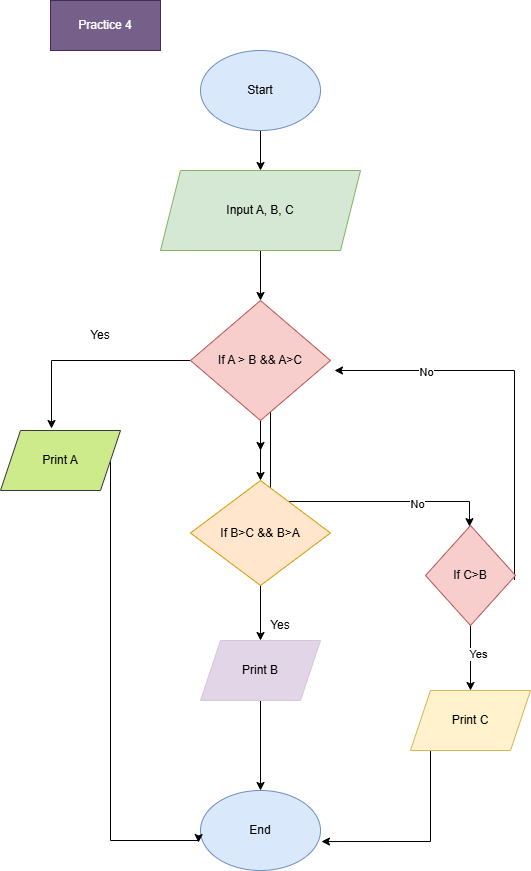
Above: images/Practice 4.png in Halamohamed/flowcharts (draw.io), before the change. Source tidied: cells renumbered, new cells last; positions are measured from the earlier drawing's top-left corner, leaving out a move shared by most shapes.
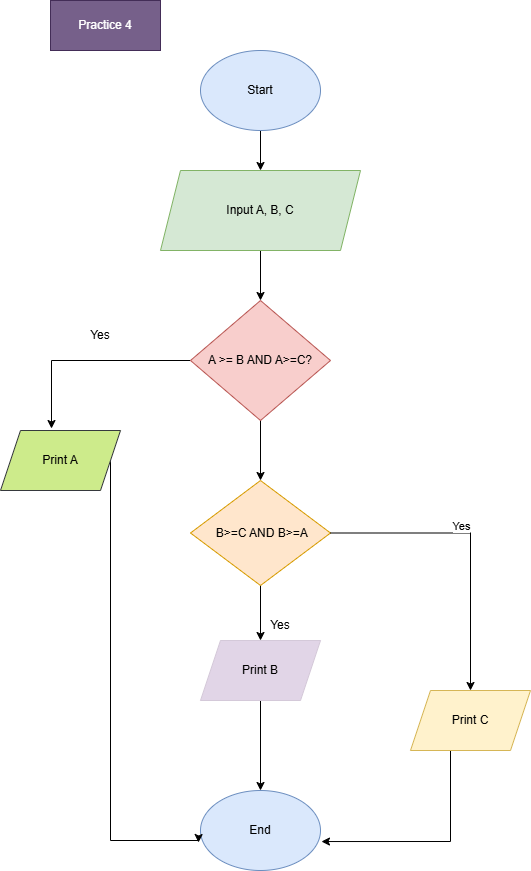
The same diagram one commit later.

What changed in the source:
```diff
@@ -20,27 +20,10 @@
     <mxCell id="7" style="edgeStyle=orthogonalEdgeStyle;rounded=0;jettySize=auto;html=1;entryX=0.425;entryY=-0.033;entryDx=0;entryDy=0;entryPerimeter=0;" parent="1" edge="1" source="12" target="14">
       <mxGeometry relative="1" as="geometry" />
     </mxCell>
-    <mxCell id="8" style="edgeStyle=orthogonalEdgeStyle;rounded=0;jettySize=auto;html=1;" parent="1" edge="1" target="28">
-      <mxGeometry relative="1" as="geometry">
-        <mxPoint x="270" y="391" as="sourcePoint" />
-        <Array as="points">
-          <mxPoint x="270" y="501" />
-          <mxPoint x="469" y="501" />
-        </Array>
-      </mxGeometry>
-    </mxCell>
-    <mxCell id="9" value="No" style="edgeLabel;html=1;align=center;verticalAlign=middle;" parent="8" vertex="1">
-      <mxGeometry x="0.53" y="-2" relative="1" as="geometry" />
-    </mxCell>
-    <mxCell id="10" style="edgeStyle=orthogonalEdgeStyle;rounded=0;jettySize=auto;html=1;exitX=0.5;exitY=1;exitDx=0;exitDy=0;" parent="1" edge="1" source="12">
-      <mxGeometry relative="1" as="geometry">
-        <mxPoint x="260" y="450" as="targetPoint" />
-      </mxGeometry>
+    <mxCell id="10" style="edgeStyle=orthogonalEdgeStyle;rounded=0;jettySize=auto;html=1;exitX=0.5;exitY=1;exitDx=0;exitDy=0;entryX=0.5;entryY=0;entryDx=0;entryDy=0;" parent="1" edge="1" source="12" target="18">
+      <mxGeometry relative="1" as="geometry" />
     </mxCell>
-    <mxCell id="11" style="edgeStyle=orthogonalEdgeStyle;rounded=0;jettySize=auto;html=1;" parent="1" edge="1" source="12" target="18">
-      <mxGeometry relative="1" as="geometry" />
-    </mxCell>
-    <mxCell id="12" value="If A &amp;gt; B &amp;amp;&amp;amp; A&amp;gt;C" style="rhombus;whiteSpace=wrap;html=1;fillColor=#f8cecc;strokeColor=#b85450;" parent="1" vertex="1">
+    <mxCell id="12" value="&lt;span style=&quot;background-color: transparent; color: light-dark(rgb(0, 0, 0), rgb(255, 255, 255));&quot;&gt;A &amp;gt;= B AND A&amp;gt;=C?&lt;/span&gt;" style="rhombus;whiteSpace=wrap;html=1;fillColor=#f8cecc;strokeColor=#b85450;" parent="1" vertex="1">
       <mxGeometry x="190" y="300" width="140" height="120" as="geometry" />
     </mxCell>
     <mxCell id="13" style="edgeStyle=orthogonalEdgeStyle;rounded=0;jettySize=auto;html=1;entryX=-0.017;entryY=0.65;entryDx=0;entryDy=0;entryPerimeter=0;" parent="1" edge="1" source="14" target="4">
@@ -57,7 +40,7 @@
     <mxCell id="15" style="edgeStyle=orthogonalEdgeStyle;rounded=0;jettySize=auto;html=1;entryX=1.008;entryY=0.638;entryDx=0;entryDy=0;entryPerimeter=0;" parent="1" edge="1" source="16" target="4">
       <mxGeometry relative="1" as="geometry">
         <Array as="points">
-          <mxPoint x="430" y="841" />
+          <mxPoint x="450" y="841" />
         </Array>
       </mxGeometry>
     </mxCell>
@@ -67,7 +50,7 @@
     <mxCell id="17" style="edgeStyle=orthogonalEdgeStyle;rounded=0;jettySize=auto;html=1;" parent="1" edge="1" source="18" target="20">
       <mxGeometry relative="1" as="geometry" />
     </mxCell>
-    <mxCell id="18" value="If B&amp;gt;C &amp;amp;&amp;amp; B&amp;gt;A" style="rhombus;whiteSpace=wrap;html=1;fillColor=#ffe6cc;strokeColor=#d79b00;" parent="1" vertex="1">
+    <mxCell id="18" value="&amp;nbsp;B&amp;gt;=C AND B&amp;gt;=A" style="rhombus;whiteSpace=wrap;html=1;fillColor=#ffe6cc;strokeColor=#d79b00;" parent="1" vertex="1">
       <mxGeometry x="190" y="480" width="140" height="105" as="geometry" />
     </mxCell>
     <mxCell id="19" style="edgeStyle=orthogonalEdgeStyle;rounded=0;jettySize=auto;html=1;entryX=0.5;entryY=0;entryDx=0;entryDy=0;" parent="1" edge="1" source="20" target="4">
@@ -85,26 +68,11 @@
     <mxCell id="23" value="Practice 4" style="text;html=1;whiteSpace=wrap;strokeColor=#432D57;fillColor=#76608a;align=center;verticalAlign=middle;rounded=0;fontColor=#ffffff;" parent="1" vertex="1">
       <mxGeometry x="50" width="110" height="50" as="geometry" />
     </mxCell>
-    <mxCell id="24" style="edgeStyle=orthogonalEdgeStyle;rounded=0;jettySize=auto;html=1;entryX=0.5;entryY=0;entryDx=0;entryDy=0;" parent="1" edge="1" source="28" target="16">
+    <mxCell id="24" style="edgeStyle=orthogonalEdgeStyle;rounded=0;jettySize=auto;html=1;entryX=0.5;entryY=0;entryDx=0;entryDy=0;exitX=1;exitY=0.5;exitDx=0;exitDy=0;" parent="1" edge="1" source="18" target="16">
       <mxGeometry relative="1" as="geometry" />
     </mxCell>
     <mxCell id="25" value="Yes" style="edgeLabel;html=1;align=center;verticalAlign=middle;" parent="24" vertex="1">
       <mxGeometry x="-0.12" y="7" relative="1" as="geometry" />
     </mxCell>
-    <mxCell id="26" style="edgeStyle=orthogonalEdgeStyle;rounded=0;orthogonalLoop=1;jettySize=auto;html=1;entryX=1;entryY=0.5;entryDx=0;entryDy=0;" parent="1" edge="1">
-      <mxGeometry relative="1" as="geometry">
-        <mxPoint x="514" y="579.4" as="sourcePoint" />
-        <mxPoint x="334" y="370" as="targetPoint" />
-        <Array as="points">
-          <mxPoint x="514" y="370" />
-        </Array>
-      </mxGeometry>
-    </mxCell>
-    <mxCell id="27" value="No" style="edgeLabel;html=1;align=center;verticalAlign=middle;" parent="26" vertex="1">
-      <mxGeometry x="0.53" y="1" relative="1" as="geometry" />
-    </mxCell>
-    <mxCell id="28" value="If C&amp;gt;B" style="rhombus;whiteSpace=wrap;html=1;fillColor=#f8cecc;strokeColor=#b85450;direction=south;" parent="1" vertex="1">
-      <mxGeometry x="425" y="525" width="90" height="100" as="geometry" />
-    </mxCell>
   </root>
 </mxGraphModel>
```
